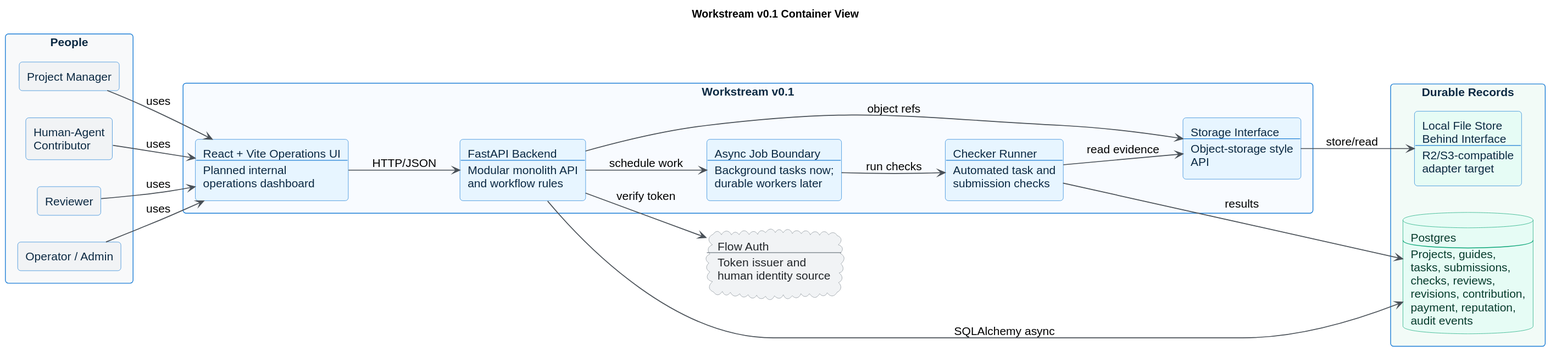
Earlier version of the PlantUML export docs/diagrams/rendered/workstream_v01_container.svg (jorshimayor/workstream). Its diagram source:
```plantuml
@startuml
title Workstream v0.1 Container View

left to right direction

skinparam backgroundColor #FFFFFF
skinparam shadowing false
skinparam roundcorner 8
skinparam defaultFontName Arial
skinparam defaultFontSize 15
skinparam ArrowColor #495057
skinparam ArrowThickness 1.2
skinparam packageStyle rectangle
skinparam rectangle {
  BorderColor #1C7ED6
  BackgroundColor #E7F5FF
  FontColor #0B2942
}
skinparam database {
  BorderColor #0CA678
  BackgroundColor #E6FCF5
  FontColor #063B2C
}
skinparam cloud {
  BorderColor #868E96
  BackgroundColor #F1F3F5
  FontColor #212529
}

package "People" #F8F9FA {
  rectangle "Project Manager" as project_manager #F1F3F5
  rectangle "Human-Agent\nContributor" as worker #F1F3F5
  rectangle "Reviewer" as reviewer #F1F3F5
  rectangle "Operator / Admin" as operator #F1F3F5
}

cloud "Flow Auth\n----\nToken issuer and\nhuman identity source" as flow_auth

package "Workstream v0.1" #F8FBFF {
  rectangle "React + Vite Operations UI\n----\nPlanned internal\noperations dashboard" as frontend
  rectangle "FastAPI Backend\n----\nModular monolith API\nand workflow rules" as api
  rectangle "Async Job Boundary\n----\nBackground tasks now;\ndurable workers later" as jobs
  rectangle "Checker Runner\n----\nAutomated task and\nsubmission checks" as checker
  rectangle "Storage Interface\n----\nObject-storage style\nAPI" as storage_adapter
}

package "Durable Records" #F2FBF7 {
  database "Postgres\n----\nProjects, guides,\ntasks, submissions,\nchecks, reviews,\nrevisions, contribution,\npayment, reputation,\naudit events" as postgres
  rectangle "Local File Store\nBehind Interface\n----\nR2/S3-compatible\nadapter target" as file_store #E6FCF5
}

project_manager --> frontend : uses
worker --> frontend : uses
reviewer --> frontend : uses
operator --> frontend : uses

frontend --> api : HTTP/JSON
api --> flow_auth : verify token
api --> postgres : SQLAlchemy async
api --> storage_adapter : object refs
api --> jobs : schedule work
jobs --> checker : run checks
checker --> postgres : results
checker --> storage_adapter : read evidence
storage_adapter --> file_store : store/read
@enduml
```
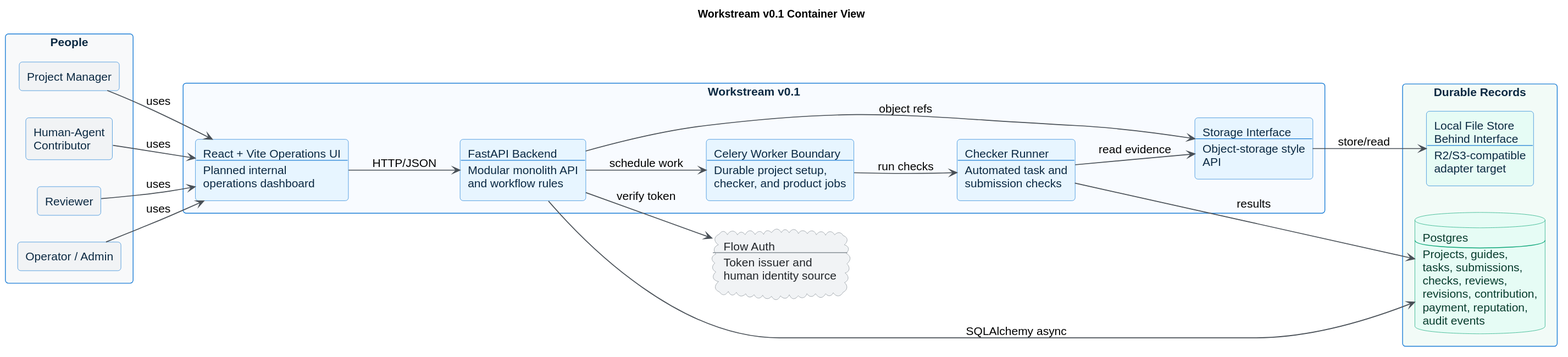
The same file after the commit.

Change to the diagram source:
```diff
@@ -39,7 +39,7 @@
 package "Workstream v0.1" #F8FBFF {
   rectangle "React + Vite Operations UI\n----\nPlanned internal\noperations dashboard" as frontend
   rectangle "FastAPI Backend\n----\nModular monolith API\nand workflow rules" as api
-  rectangle "Async Job Boundary\n----\nBackground tasks now;\ndurable workers later" as jobs
+  rectangle "Celery Worker Boundary\n----\nDurable project setup,\nchecker, and product jobs" as jobs
   rectangle "Checker Runner\n----\nAutomated task and\nsubmission checks" as checker
   rectangle "Storage Interface\n----\nObject-storage style\nAPI" as storage_adapter
 }
```
